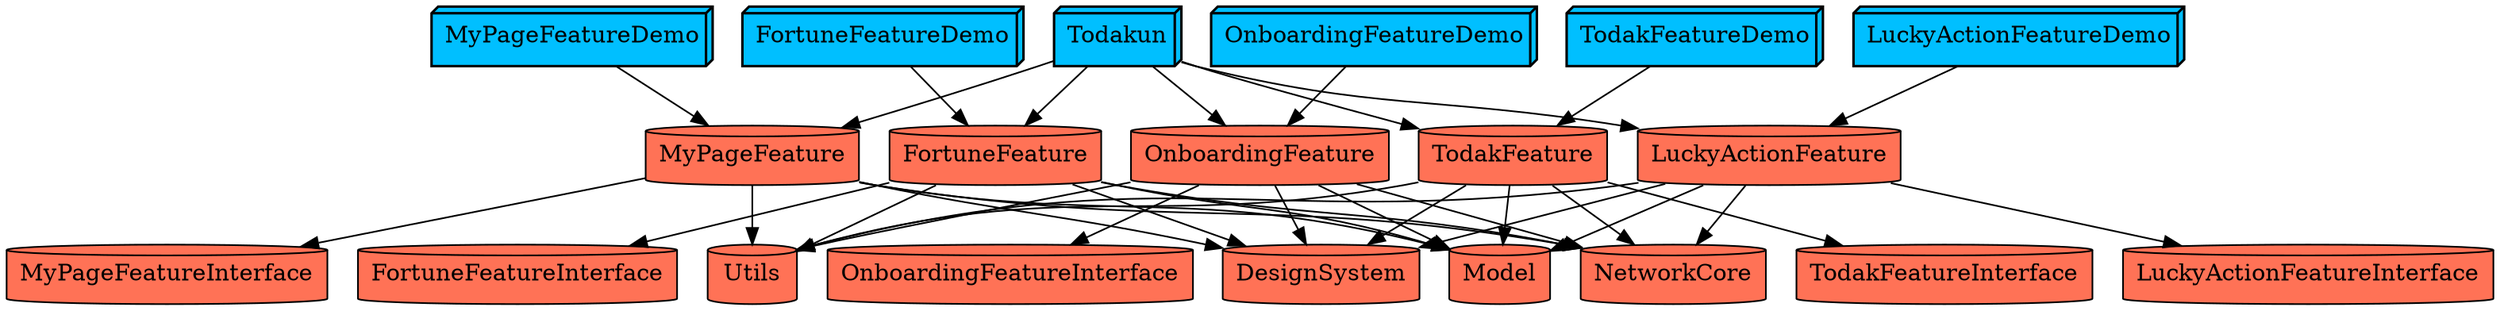
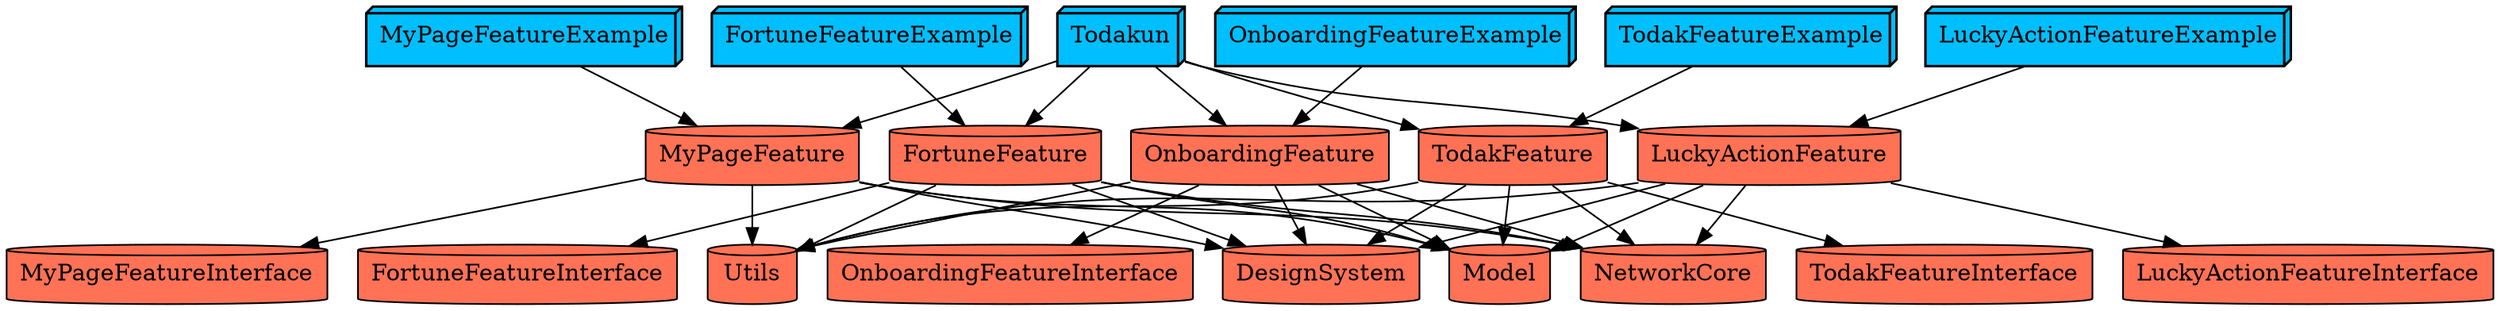
digraph {
  DesignSystem [fillcolor=coral1 shape=cylinder style=filled]
  FortuneFeature -> DesignSystem
  FortuneFeature -> FortuneFeatureInterface
  FortuneFeature -> Model
  FortuneFeature -> NetworkCore
  FortuneFeature -> Utils
  FortuneFeature [fillcolor=coral1 shape=cylinder style=filled]
-   FortuneFeatureDemo -> FortuneFeature
-   FortuneFeatureDemo [fillcolor=deepskyblue penwidth="1.5" shape=box3d style=filled]
+   FortuneFeatureExample -> FortuneFeature
+   FortuneFeatureExample [fillcolor=deepskyblue penwidth="1.5" shape=box3d style=filled]
  FortuneFeatureInterface [fillcolor=coral1 shape=cylinder style=filled]
  LuckyActionFeature -> DesignSystem
  LuckyActionFeature -> LuckyActionFeatureInterface
  LuckyActionFeature -> Model
  LuckyActionFeature -> NetworkCore
  LuckyActionFeature -> Utils
  LuckyActionFeature [fillcolor=coral1 shape=cylinder style=filled]
-   LuckyActionFeatureDemo -> LuckyActionFeature
-   LuckyActionFeatureDemo [fillcolor=deepskyblue penwidth="1.5" shape=box3d style=filled]
+   LuckyActionFeatureExample -> LuckyActionFeature
+   LuckyActionFeatureExample [fillcolor=deepskyblue penwidth="1.5" shape=box3d style=filled]
  LuckyActionFeatureInterface [fillcolor=coral1 shape=cylinder style=filled]
  Model [fillcolor=coral1 shape=cylinder style=filled]
  MyPageFeature -> DesignSystem
  MyPageFeature -> Model
  MyPageFeature -> MyPageFeatureInterface
  MyPageFeature -> NetworkCore
  MyPageFeature -> Utils
  MyPageFeature [fillcolor=coral1 shape=cylinder style=filled]
-   MyPageFeatureDemo -> MyPageFeature
-   MyPageFeatureDemo [fillcolor=deepskyblue penwidth="1.5" shape=box3d style=filled]
+   MyPageFeatureExample -> MyPageFeature
+   MyPageFeatureExample [fillcolor=deepskyblue penwidth="1.5" shape=box3d style=filled]
  MyPageFeatureInterface [fillcolor=coral1 shape=cylinder style=filled]
  NetworkCore [fillcolor=coral1 shape=cylinder style=filled]
  OnboardingFeature -> DesignSystem
  OnboardingFeature -> Model
  OnboardingFeature -> NetworkCore
  OnboardingFeature -> OnboardingFeatureInterface
  OnboardingFeature -> Utils
  OnboardingFeature [fillcolor=coral1 shape=cylinder style=filled]
-   OnboardingFeatureDemo -> OnboardingFeature
-   OnboardingFeatureDemo [fillcolor=deepskyblue penwidth="1.5" shape=box3d style=filled]
+   OnboardingFeatureExample -> OnboardingFeature
+   OnboardingFeatureExample [fillcolor=deepskyblue penwidth="1.5" shape=box3d style=filled]
  OnboardingFeatureInterface [fillcolor=coral1 shape=cylinder style=filled]
  TodakFeature -> DesignSystem
  TodakFeature -> Model
  TodakFeature -> NetworkCore
  TodakFeature -> TodakFeatureInterface
  TodakFeature -> Utils
  TodakFeature [fillcolor=coral1 shape=cylinder style=filled]
-   TodakFeatureDemo -> TodakFeature
-   TodakFeatureDemo [fillcolor=deepskyblue penwidth="1.5" shape=box3d style=filled]
+   TodakFeatureExample -> TodakFeature
+   TodakFeatureExample [fillcolor=deepskyblue penwidth="1.5" shape=box3d style=filled]
  TodakFeatureInterface [fillcolor=coral1 shape=cylinder style=filled]
  Todakun -> FortuneFeature
  Todakun -> LuckyActionFeature
  Todakun -> MyPageFeature
  Todakun -> OnboardingFeature
  Todakun -> TodakFeature
  Todakun [fillcolor=deepskyblue penwidth="1.5" shape=box3d style=filled]
  Utils [fillcolor=coral1 shape=cylinder style=filled]
}